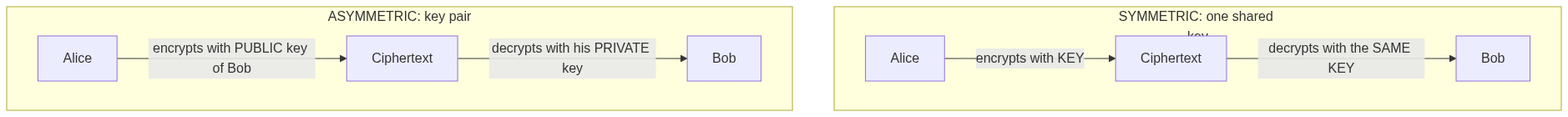
Above: public/playbooks/security/crypto-keys.png in massimobiagioli/back2basics (Mermaid), before the change. Its source is kept beside it as public/playbooks/security/crypto-keys.mmd. Its diagram source:
```mermaid
flowchart TB
    subgraph SYM[SYMMETRIC: one shared key]
        A1[Alice] -- encrypts with KEY --> C1[Ciphertext]
        C1 -- decrypts with the SAME KEY --> B1[Bob]
    end
    subgraph ASYM[ASYMMETRIC: key pair]
        A2[Alice] -- encrypts with PUBLIC key of Bob --> C2[Ciphertext]
        C2 -- decrypts with his PRIVATE key --> B2[Bob]
    end
```
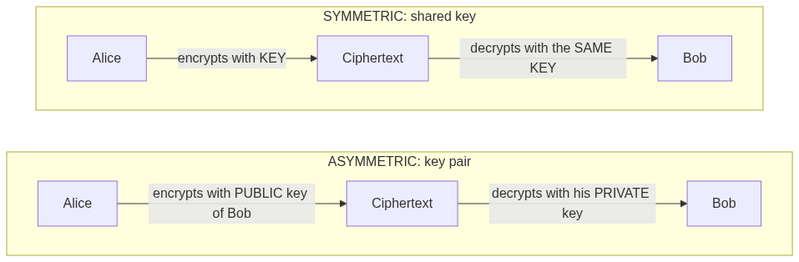
After the change.

Commit message:
Fix clipped crypto-keys diagram by stacking subgraphs vertically

What changed in the source:
```diff
@@ -1,9 +1,12 @@
 flowchart TB
-    subgraph SYM[SYMMETRIC: one shared key]
+    subgraph SYM[SYMMETRIC: shared key]
+        direction LR
         A1[Alice] -- encrypts with KEY --> C1[Ciphertext]
         C1 -- decrypts with the SAME KEY --> B1[Bob]
     end
     subgraph ASYM[ASYMMETRIC: key pair]
+        direction LR
         A2[Alice] -- encrypts with PUBLIC key of Bob --> C2[Ciphertext]
         C2 -- decrypts with his PRIVATE key --> B2[Bob]
     end
+    SYM ~~~ ASYM
```
